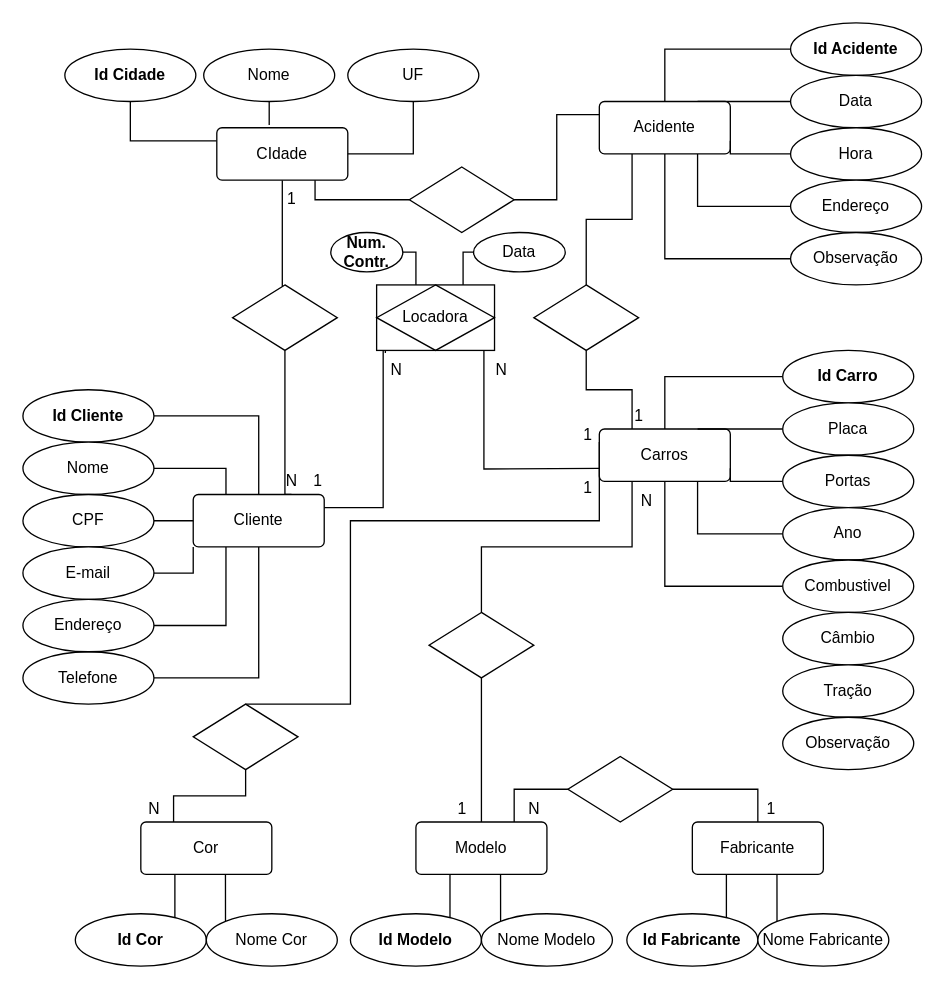
Jessicabm61/BancoDeDados keeps this draw.io diagram as Diagrama Seguradora de Automóveis.drawio. Above is the earlier version. Source tidied: cells renumbered, new cells numbered last; positions are measured from the earlier drawing's top-left corner, leaving out a move shared by most shapes. Both pictures are drawn from the tidied source at 131%, with x=0, y=0 at pixel (22, 22).
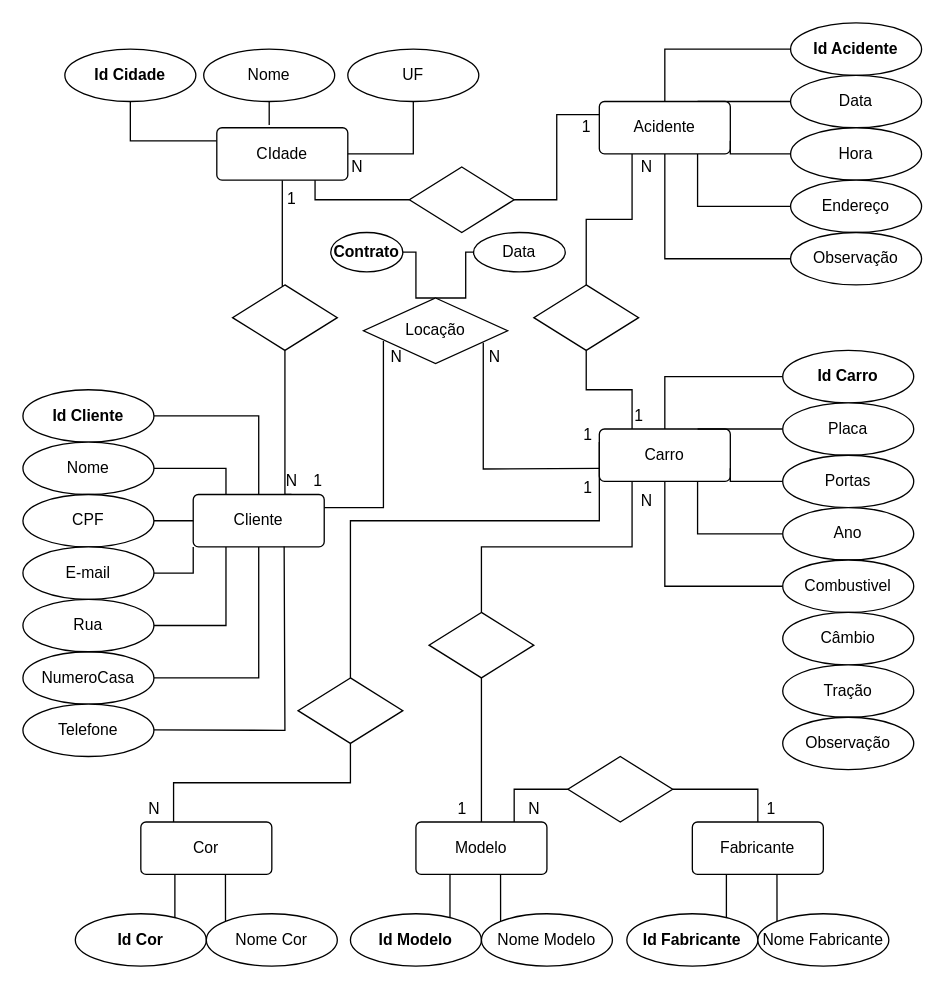
The same page after the edit.

The change refers to these unchanged cells:
```xml
<mxCell id="3" value="Cliente" style="rounded=1;arcSize=10;whiteSpace=wrap;html=1;align=center;" parent="1" vertex="1">
  <mxGeometry x="130" y="360" width="100" height="40" as="geometry" />
</mxCell>
<mxCell id="96" value="Data" style="ellipse;whiteSpace=wrap;html=1;align=center;" parent="1" vertex="1">
  <mxGeometry x="344" y="160" width="70" height="30" as="geometry" />
</mxCell>
```

Change to the diagram source:
```diff
@@
-    <mxCell id="11" value="Telefone" style="ellipse;whiteSpace=wrap;html=1;align=center;" parent="1" vertex="1">
+    <mxCell id="11" value="NumeroCasa" style="ellipse;whiteSpace=wrap;html=1;align=center;" parent="1" vertex="1">
       <mxGeometry y="480" width="100" height="40" as="geometry" />
     </mxCell>
@@
-    <mxCell id="15" value="Endereço" style="ellipse;whiteSpace=wrap;html=1;align=center;" parent="1" vertex="1">
+    <mxCell id="15" value="Rua" style="ellipse;whiteSpace=wrap;html=1;align=center;" parent="1" vertex="1">
       <mxGeometry y="440" width="100" height="40" as="geometry" />
     </mxCell>
@@
-    <mxCell id="29" value="Carros" style="rounded=1;arcSize=10;whiteSpace=wrap;html=1;align=center;" parent="1" vertex="1">
+    <mxCell id="29" value="Carro" style="rounded=1;arcSize=10;whiteSpace=wrap;html=1;align=center;" parent="1" vertex="1">
       <mxGeometry x="440" y="310" width="100" height="40" as="geometry" />
     </mxCell>
@@
     <mxCell id="63" style="rhombus;whiteSpace=wrap;html=1;" parent="1" vertex="1">
-      <mxGeometry x="130" y="520" width="80" height="50" as="geometry" />
+      <mxGeometry x="210" y="500" width="80" height="50" as="geometry" />
     </mxCell>
@@
-    <mxCell id="91" style="edgeStyle=orthogonalEdgeStyle;rounded=0;jettySize=auto;html=1;endArrow=none;endFill=0;exitX=1;exitY=0.25;exitDx=0;exitDy=0;entryX=0.074;entryY=1.039;entryDx=0;entryDy=0;entryPerimeter=0;" parent="1" edge="1" source="3" target="98">
+    <mxCell id="91" style="edgeStyle=orthogonalEdgeStyle;rounded=0;jettySize=auto;html=1;endArrow=none;endFill=0;exitX=1;exitY=0.25;exitDx=0;exitDy=0;entryX=0.138;entryY=0.656;entryDx=0;entryDy=0;entryPerimeter=0;" parent="1" edge="1" source="3" target="100">
       <mxGeometry relative="1" as="geometry">
         <Array as="points">
           <mxPoint x="275" y="370" />
-          <mxPoint x="275" y="250" />
-          <mxPoint x="277" y="250" />
         </Array>
       </mxGeometry>
     </mxCell>
-    <mxCell id="92" style="edgeStyle=orthogonalEdgeStyle;rounded=0;jettySize=auto;html=1;endArrow=none;endFill=0;entryX=0.91;entryY=1;entryDx=0;entryDy=0;entryPerimeter=0;" parent="1" edge="1" target="98">
+    <mxCell id="92" style="edgeStyle=orthogonalEdgeStyle;rounded=0;jettySize=auto;html=1;endArrow=none;endFill=0;entryX=0.831;entryY=0.681;entryDx=0;entryDy=0;entryPerimeter=0;" parent="1" edge="1" target="100">
       <mxGeometry relative="1" as="geometry">
         <mxPoint x="440" y="340" as="sourcePoint" />
       </mxGeometry>
     </mxCell>
     <mxCell id="93" value="N" style="text;html=1;align=center;verticalAlign=middle;strokeColor=none;fillColor=none;" parent="1" vertex="1">
-      <mxGeometry x="350" y="250" width="30" height="30" as="geometry" />
+      <mxGeometry x="345" y="240" width="30" height="30" as="geometry" />
     </mxCell>
-    <mxCell id="94" value="&lt;b&gt;Num. Contr.&lt;/b&gt;" style="ellipse;whiteSpace=wrap;html=1;align=center;" parent="1" vertex="1">
+    <mxCell id="94" value="&lt;b&gt;Contrato&lt;/b&gt;" style="ellipse;whiteSpace=wrap;html=1;align=center;" parent="1" vertex="1">
       <mxGeometry x="235" y="160" width="55" height="30" as="geometry" />
     </mxCell>
-    <mxCell id="95" style="edgeStyle=orthogonalEdgeStyle;rounded=0;jettySize=auto;html=1;endArrow=none;endFill=0;entryX=1;entryY=0.5;entryDx=0;entryDy=0;exitX=0.75;exitY=0;exitDx=0;exitDy=0;" parent="1" edge="1" target="94">
+    <mxCell id="95" style="edgeStyle=orthogonalEdgeStyle;rounded=0;jettySize=auto;html=1;endArrow=none;endFill=0;entryX=1;entryY=0.5;entryDx=0;entryDy=0;exitX=0;exitY=0.5;exitDx=0;exitDy=0;" parent="1" edge="1" source="96" target="94">
       <mxGeometry relative="1" as="geometry">
-        <mxPoint x="338" y="205" as="sourcePoint" />
         <Array as="points">
-          <mxPoint x="300" y="205" />
+          <mxPoint x="338" y="175" />
+          <mxPoint x="338" y="210" />
+          <mxPoint x="300" y="210" />
           <mxPoint x="300" y="175" />
         </Array>
       </mxGeometry>
     </mxCell>
@@
-    <mxCell id="97" style="edgeStyle=orthogonalEdgeStyle;rounded=0;jettySize=auto;html=1;endArrow=none;endFill=0;entryX=0;entryY=0.5;entryDx=0;entryDy=0;" parent="1" edge="1" target="96">
-      <mxGeometry relative="1" as="geometry">
-        <mxPoint x="336" y="200" as="sourcePoint" />
-        <Array as="points">
-          <mxPoint x="336" y="205" />
-          <mxPoint x="336" y="175" />
-        </Array>
-      </mxGeometry>
-    </mxCell>
-    <mxCell id="98" value="Locadora" style="shape=associativeEntity;whiteSpace=wrap;html=1;align=center;" parent="1" vertex="1">
-      <mxGeometry x="270" y="200" width="90" height="50" as="geometry" />
-    </mxCell>
     <mxCell id="99" value="N" style="text;html=1;align=center;verticalAlign=middle;strokeColor=none;fillColor=none;" parent="1" vertex="1">
-      <mxGeometry x="270" y="250" width="30" height="30" as="geometry" />
+      <mxGeometry x="270" y="240" width="30" height="30" as="geometry" />
     </mxCell>
+    <mxCell id="100" value="Locação" style="rhombus;whiteSpace=wrap;html=1;" parent="1" vertex="1">
+      <mxGeometry x="260" y="210" width="110" height="50" as="geometry" />
+    </mxCell>
+    <mxCell id="101" value="1" style="text;html=1;align=center;verticalAlign=middle;strokeColor=none;fillColor=none;" parent="1" vertex="1">
+      <mxGeometry x="415" y="65" width="30" height="30" as="geometry" />
+    </mxCell>
+    <mxCell id="102" value="N" style="text;html=1;align=center;verticalAlign=middle;strokeColor=none;fillColor=none;" parent="1" vertex="1">
+      <mxGeometry x="240" y="95" width="30" height="30" as="geometry" />
+    </mxCell>
+    <mxCell id="103" value="N" style="text;html=1;align=center;verticalAlign=middle;strokeColor=none;fillColor=none;" parent="1" vertex="1">
+      <mxGeometry x="461" y="95" width="30" height="30" as="geometry" />
+    </mxCell>
+    <mxCell id="104" value="Telefone" style="ellipse;whiteSpace=wrap;html=1;align=center;" parent="1" vertex="1">
+      <mxGeometry y="520" width="100" height="40" as="geometry" />
+    </mxCell>
+    <mxCell id="105" style="endArrow=none;html=1;rounded=0;entryX=0.694;entryY=0.993;entryDx=0;entryDy=0;entryPerimeter=0;" parent="1" edge="1" target="3">
+      <mxGeometry relative="1" as="geometry">
+        <mxPoint x="100" y="539.7" as="sourcePoint" />
+        <Array as="points">
+          <mxPoint x="200" y="540" />
+        </Array>
+      </mxGeometry>
+    </mxCell>
```
